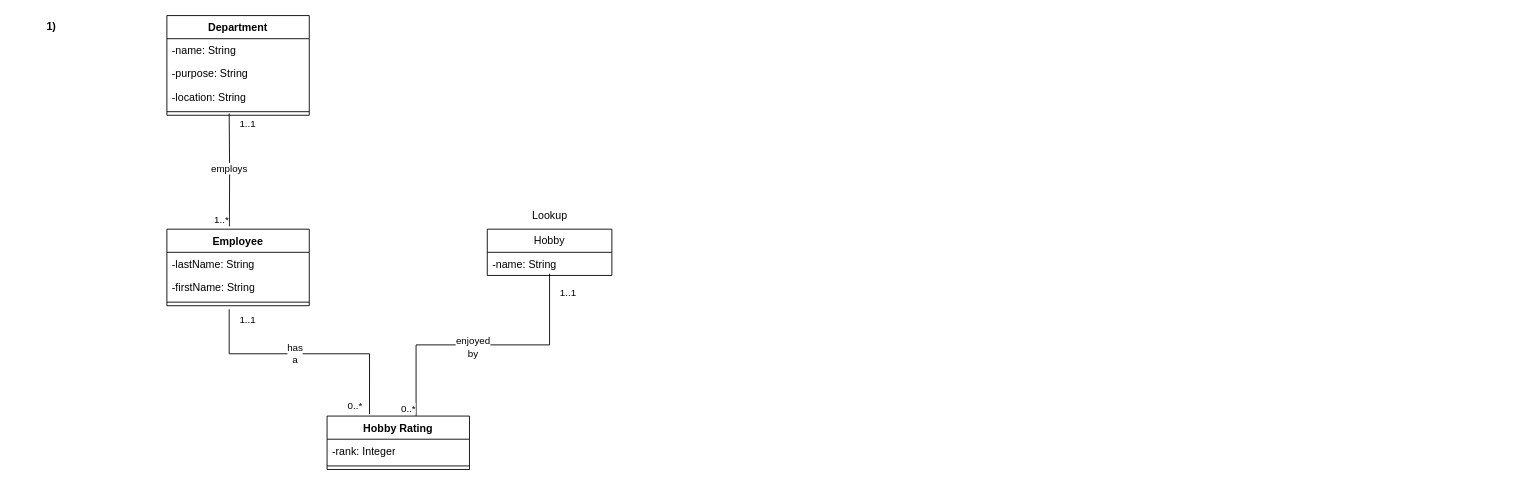
Cole-Hartman/database-UML keeps this draw.io diagram as Final.drawio. Above is the earlier version. Source tidied: cells renumbered, new cells numbered last; positions are measured from the earlier drawing's top-left corner, leaving out a move shared by most shapes. Both pictures are drawn from the tidied source at 89%, with x=0, y=0 at pixel (15, 15).
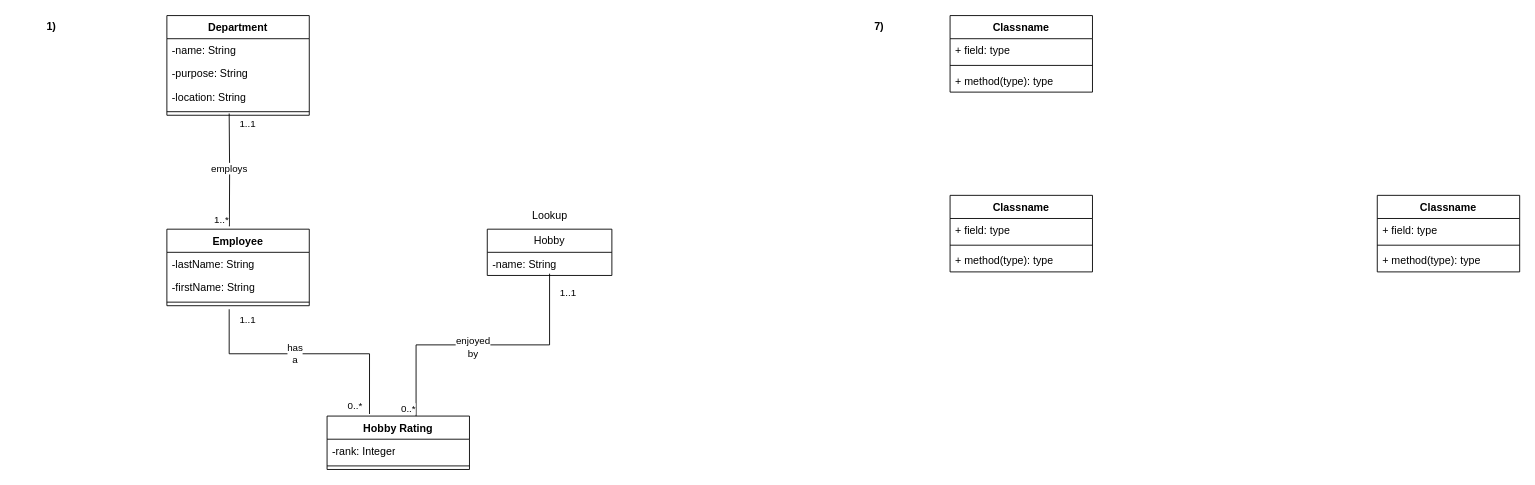
Above is the later version.

What changed in the source:
```diff
@@
+    <mxCell id="30" value="7)" style="text;align=center;fontStyle=1;verticalAlign=middle;spacingLeft=3;spacingRight=3;strokeColor=none;html=1;" parent="1" vertex="1">
+      <mxGeometry x="930" width="80" height="26" as="geometry" />
+    </mxCell>
+    <mxCell id="31" value="Classname" style="swimlane;fontStyle=1;align=center;verticalAlign=top;horizontal=1;startSize=26;whiteSpace=wrap;html=1;" parent="1" vertex="1">
+      <mxGeometry x="1050" width="160" height="86" as="geometry" />
+    </mxCell>
+    <mxCell id="32" value="+ field: type" style="text;strokeColor=none;fillColor=none;align=left;verticalAlign=top;spacingLeft=4;spacingRight=4;overflow=hidden;whiteSpace=wrap;html=1;" parent="31" vertex="1">
+      <mxGeometry y="26" width="160" height="26" as="geometry" />
+    </mxCell>
+    <mxCell id="33" style="line;strokeWidth=1;fillColor=none;align=left;verticalAlign=middle;spacingTop=-1;spacingLeft=3;spacingRight=3;labelPosition=right;strokeColor=inherit;" parent="31" vertex="1">
+      <mxGeometry y="52" width="160" height="8" as="geometry" />
+    </mxCell>
+    <mxCell id="34" value="+ method(type): type" style="text;strokeColor=none;fillColor=none;align=left;verticalAlign=top;spacingLeft=4;spacingRight=4;overflow=hidden;whiteSpace=wrap;html=1;" parent="31" vertex="1">
+      <mxGeometry y="60" width="160" height="26" as="geometry" />
+    </mxCell>
+    <mxCell id="35" value="Classname" style="swimlane;fontStyle=1;align=center;verticalAlign=top;horizontal=1;startSize=26;whiteSpace=wrap;html=1;" parent="1" vertex="1">
+      <mxGeometry x="1050" y="202" width="160" height="86" as="geometry" />
+    </mxCell>
+    <mxCell id="36" value="+ field: type" style="text;strokeColor=none;fillColor=none;align=left;verticalAlign=top;spacingLeft=4;spacingRight=4;overflow=hidden;whiteSpace=wrap;html=1;" parent="35" vertex="1">
+      <mxGeometry y="26" width="160" height="26" as="geometry" />
+    </mxCell>
+    <mxCell id="37" style="line;strokeWidth=1;fillColor=none;align=left;verticalAlign=middle;spacingTop=-1;spacingLeft=3;spacingRight=3;labelPosition=right;strokeColor=inherit;" parent="35" vertex="1">
+      <mxGeometry y="52" width="160" height="8" as="geometry" />
+    </mxCell>
+    <mxCell id="38" value="+ method(type): type" style="text;strokeColor=none;fillColor=none;align=left;verticalAlign=top;spacingLeft=4;spacingRight=4;overflow=hidden;whiteSpace=wrap;html=1;" parent="35" vertex="1">
+      <mxGeometry y="60" width="160" height="26" as="geometry" />
+    </mxCell>
+    <mxCell id="39" value="Classname" style="swimlane;fontStyle=1;align=center;verticalAlign=top;horizontal=1;startSize=26;whiteSpace=wrap;html=1;" parent="1" vertex="1">
+      <mxGeometry x="1530" y="202" width="160" height="86" as="geometry" />
+    </mxCell>
+    <mxCell id="40" value="+ field: type" style="text;strokeColor=none;fillColor=none;align=left;verticalAlign=top;spacingLeft=4;spacingRight=4;overflow=hidden;whiteSpace=wrap;html=1;" parent="39" vertex="1">
+      <mxGeometry y="26" width="160" height="26" as="geometry" />
+    </mxCell>
+    <mxCell id="41" style="line;strokeWidth=1;fillColor=none;align=left;verticalAlign=middle;spacingTop=-1;spacingLeft=3;spacingRight=3;labelPosition=right;strokeColor=inherit;" parent="39" vertex="1">
+      <mxGeometry y="52" width="160" height="8" as="geometry" />
+    </mxCell>
+    <mxCell id="42" value="+ method(type): type" style="text;strokeColor=none;fillColor=none;align=left;verticalAlign=top;spacingLeft=4;spacingRight=4;overflow=hidden;whiteSpace=wrap;html=1;" parent="39" vertex="1">
+      <mxGeometry y="60" width="160" height="26" as="geometry" />
+    </mxCell>
```
